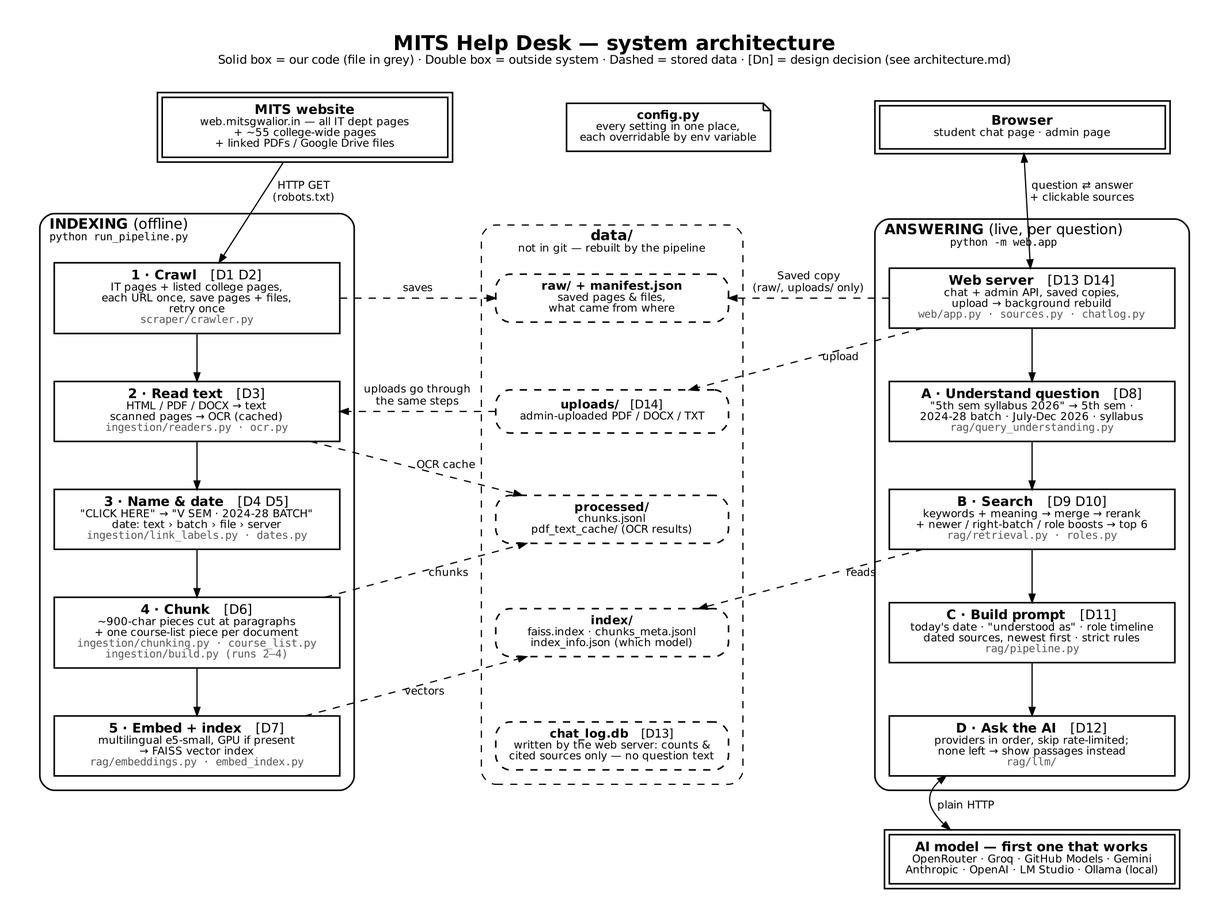
The Graphviz diagram docs/architecture/architecture.png in VaibhavBansa1/Cornerstone-1, before a commit. Its source is kept beside it as docs/architecture/architecture.dot.
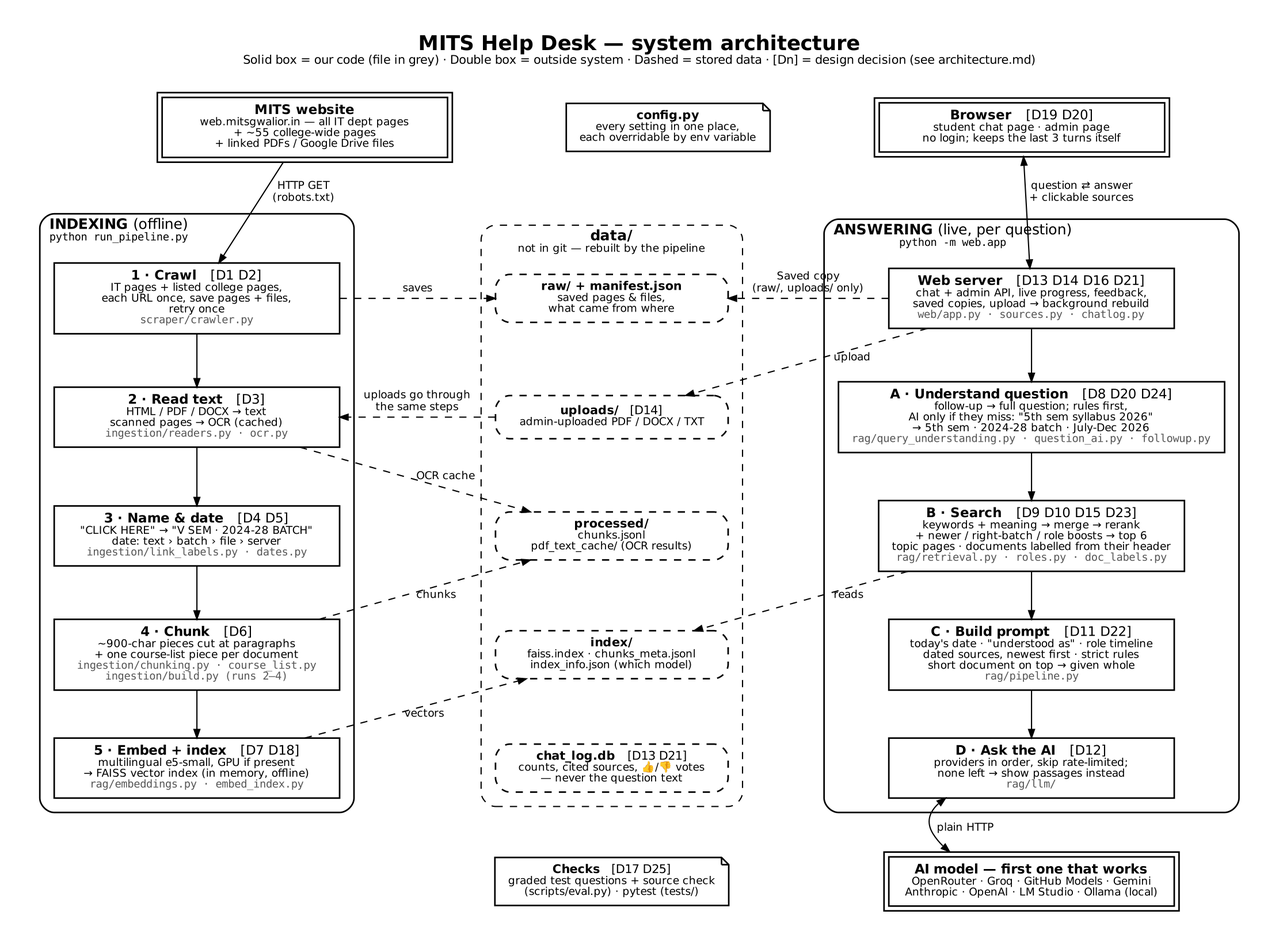
Later version of the same file.

Commit message:
Architecture: all 25 design decisions in the diagrams; D23-D25 added

Diff of the diagram source:
```diff
@@ -7,7 +7,7 @@
   edge  [fontname="DejaVu Sans", fontsize=9, color=black, arrowsize=0.7];
 
   site      [peripheries=2, label=<<B>MITS website</B><BR/><FONT POINT-SIZE="9">web.mitsgwalior.in — all IT dept pages<BR/>+ ~55 college-wide pages<BR/>+ linked PDFs / Google Drive files</FONT>>];
-  browser   [peripheries=2, label=<<B>Browser</B><BR/><FONT POINT-SIZE="9">student chat page · admin page</FONT>>];
+  browser   [peripheries=2, label=<<B>Browser</B>   [D19 D20]<BR/><FONT POINT-SIZE="9">student chat page · admin page<BR/>no login; keeps the last 3 turns itself</FONT>>];
   providers [peripheries=2, label=<<B>AI model — first one that works</B><BR/><FONT POINT-SIZE="9">OpenRouter · Groq · GitHub Models · Gemini<BR/>Anthropic · OpenAI · LM Studio · Ollama (local)</FONT>>];
 
   subgraph cluster_index {
@@ -17,7 +17,7 @@
     read  [label=<<B>2 · Read text</B>   [D3]<BR/><FONT POINT-SIZE="9">HTML / PDF / DOCX → text<BR/>scanned pages → OCR (cached)</FONT><BR/><FONT POINT-SIZE="9" COLOR="#555555" FACE="DejaVu Sans Mono">ingestion/readers.py · ocr.py</FONT>>];
     name  [label=<<B>3 · Name &amp; date</B>   [D4 D5]<BR/><FONT POINT-SIZE="9">"CLICK HERE" → "V SEM · 2024-28 BATCH"<BR/>date: text › batch › file › server</FONT><BR/><FONT POINT-SIZE="9" COLOR="#555555" FACE="DejaVu Sans Mono">ingestion/link_labels.py · dates.py</FONT>>];
     chunk [label=<<B>4 · Chunk</B>   [D6]<BR/><FONT POINT-SIZE="9">~900-char pieces cut at paragraphs<BR/>+ one course-list piece per document</FONT><BR/><FONT POINT-SIZE="9" COLOR="#555555" FACE="DejaVu Sans Mono">ingestion/chunking.py · course_list.py</FONT><BR/><FONT POINT-SIZE="9" COLOR="#555555" FACE="DejaVu Sans Mono">ingestion/build.py (runs 2–4)</FONT>>];
-    embed [label=<<B>5 · Embed + index</B>   [D7]<BR/><FONT POINT-SIZE="9">multilingual e5-small, GPU if present<BR/>→ FAISS vector index</FONT><BR/><FONT POINT-SIZE="9" COLOR="#555555" FACE="DejaVu Sans Mono">rag/embeddings.py · embed_index.py</FONT>>];
+    embed [label=<<B>5 · Embed + index</B>   [D7 D18]<BR/><FONT POINT-SIZE="9">multilingual e5-small, GPU if present<BR/>→ FAISS vector index (in memory, offline)</FONT><BR/><FONT POINT-SIZE="9" COLOR="#555555" FACE="DejaVu Sans Mono">rag/embeddings.py · embed_index.py</FONT>>];
     crawl -> read -> name -> chunk -> embed [weight=10];
   }
 
@@ -29,21 +29,22 @@
     d_up    [label=<<B>uploads/</B>   [D14]<BR/><FONT POINT-SIZE="9">admin-uploaded PDF / DOCX / TXT</FONT>>];
     d_proc  [label=<<B>processed/</B><BR/><FONT POINT-SIZE="9">chunks.jsonl<BR/>pdf_text_cache/ (OCR results)</FONT>>];
     d_index [label=<<B>index/</B><BR/><FONT POINT-SIZE="9">faiss.index · chunks_meta.jsonl<BR/>index_info.json (which model)</FONT>>];
-    d_log   [label=<<B>chat_log.db</B>   [D13]<BR/><FONT POINT-SIZE="9">written by the web server: counts &amp;<BR/>cited sources only — no question text</FONT>>];
+    d_log   [label=<<B>chat_log.db</B>   [D13 D21]<BR/><FONT POINT-SIZE="9">counts, cited sources, 👍/👎 votes<BR/>— never the question text</FONT>>];
     d_raw -> d_up -> d_proc -> d_index -> d_log [style=invis, weight=10];
   }
 
   subgraph cluster_answer {
     label=<<B>ANSWERING</B> (live, per question)<BR/><FONT POINT-SIZE="9" FACE="DejaVu Sans Mono">python -m web.app</FONT>>;
     style=rounded; color=black; penwidth=1.3; fontsize=12; margin=12; labeljust=l;
-    app    [label=<<B>Web server</B>   [D13 D14]<BR/><FONT POINT-SIZE="9">chat + admin API, saved copies,<BR/>upload → background rebuild</FONT><BR/><FONT POINT-SIZE="9" COLOR="#555555" FACE="DejaVu Sans Mono">web/app.py · sources.py · chatlog.py</FONT>>];
-    under  [label=<<B>A · Understand question</B>   [D8]<BR/><FONT POINT-SIZE="9">"5th sem syllabus 2026" → 5th sem ·<BR/>2024-28 batch · July-Dec 2026 · syllabus</FONT><BR/><FONT POINT-SIZE="9" COLOR="#555555" FACE="DejaVu Sans Mono">rag/query_understanding.py</FONT>>];
-    search [label=<<B>B · Search</B>   [D9 D10]<BR/><FONT POINT-SIZE="9">keywords + meaning → merge → rerank<BR/>+ newer / right-batch / role boosts → top 6</FONT><BR/><FONT POINT-SIZE="9" COLOR="#555555" FACE="DejaVu Sans Mono">rag/retrieval.py · roles.py</FONT>>];
-    prompt [label=<<B>C · Build prompt</B>   [D11]<BR/><FONT POINT-SIZE="9">today's date · "understood as" · role timeline<BR/>dated sources, newest first · strict rules</FONT><BR/><FONT POINT-SIZE="9" COLOR="#555555" FACE="DejaVu Sans Mono">rag/pipeline.py</FONT>>];
+    app    [label=<<B>Web server</B>   [D13 D14 D16 D21]<BR/><FONT POINT-SIZE="9">chat + admin API, live progress, feedback,<BR/>saved copies, upload → background rebuild</FONT><BR/><FONT POINT-SIZE="9" COLOR="#555555" FACE="DejaVu Sans Mono">web/app.py · sources.py · chatlog.py</FONT>>];
+    under  [label=<<B>A · Understand question</B>   [D8 D20 D24]<BR/><FONT POINT-SIZE="9">follow-up → full question; rules first,<BR/>AI only if they miss: "5th sem syllabus 2026"<BR/>→ 5th sem · 2024-28 batch · July-Dec 2026</FONT><BR/><FONT POINT-SIZE="9" COLOR="#555555" FACE="DejaVu Sans Mono">rag/query_understanding.py · question_ai.py · followup.py</FONT>>];
+    search [label=<<B>B · Search</B>   [D9 D10 D15 D23]<BR/><FONT POINT-SIZE="9">keywords + meaning → merge → rerank<BR/>+ newer / right-batch / role boosts → top 6<BR/>topic pages · documents labelled from their header</FONT><BR/><FONT POINT-SIZE="9" COLOR="#555555" FACE="DejaVu Sans Mono">rag/retrieval.py · roles.py · doc_labels.py</FONT>>];
+    prompt [label=<<B>C · Build prompt</B>   [D11 D22]<BR/><FONT POINT-SIZE="9">today's date · "understood as" · role timeline<BR/>dated sources, newest first · strict rules<BR/>short document on top → given whole</FONT><BR/><FONT POINT-SIZE="9" COLOR="#555555" FACE="DejaVu Sans Mono">rag/pipeline.py</FONT>>];
     llm    [label=<<B>D · Ask the AI</B>   [D12]<BR/><FONT POINT-SIZE="9">providers in order, skip rate-limited;<BR/>none left → show passages instead</FONT><BR/><FONT POINT-SIZE="9" COLOR="#555555" FACE="DejaVu Sans Mono">rag/llm/</FONT>>];
     app -> under -> search -> prompt -> llm [weight=10];
   }
 
+  checks [shape=note, width=2.7, fontsize=10, label=<<B>Checks</B>   [D17 D25]<BR/><FONT POINT-SIZE="9">graded test questions + source check<BR/>(scripts/eval.py) · pytest (tests/)</FONT>>];
   cfg [shape=note, width=2.2, fontsize=10, label=<<B>config.py</B><BR/><FONT POINT-SIZE="9">every setting in one place,<BR/>each overridable by env variable</FONT>>];
 
   { rank=same; site; cfg; browser; }
@@ -53,6 +54,7 @@
   { rank=same; chunk; d_index; prompt; }
   { rank=same; embed; d_log; llm; }
   site -> cfg -> browser [style=invis];
+  d_log -> checks [style=invis];
   crawl -> d_raw -> app [style=invis];
 
   site    -> crawl  [label=" HTTP GET\n (robots.txt)"];
```
